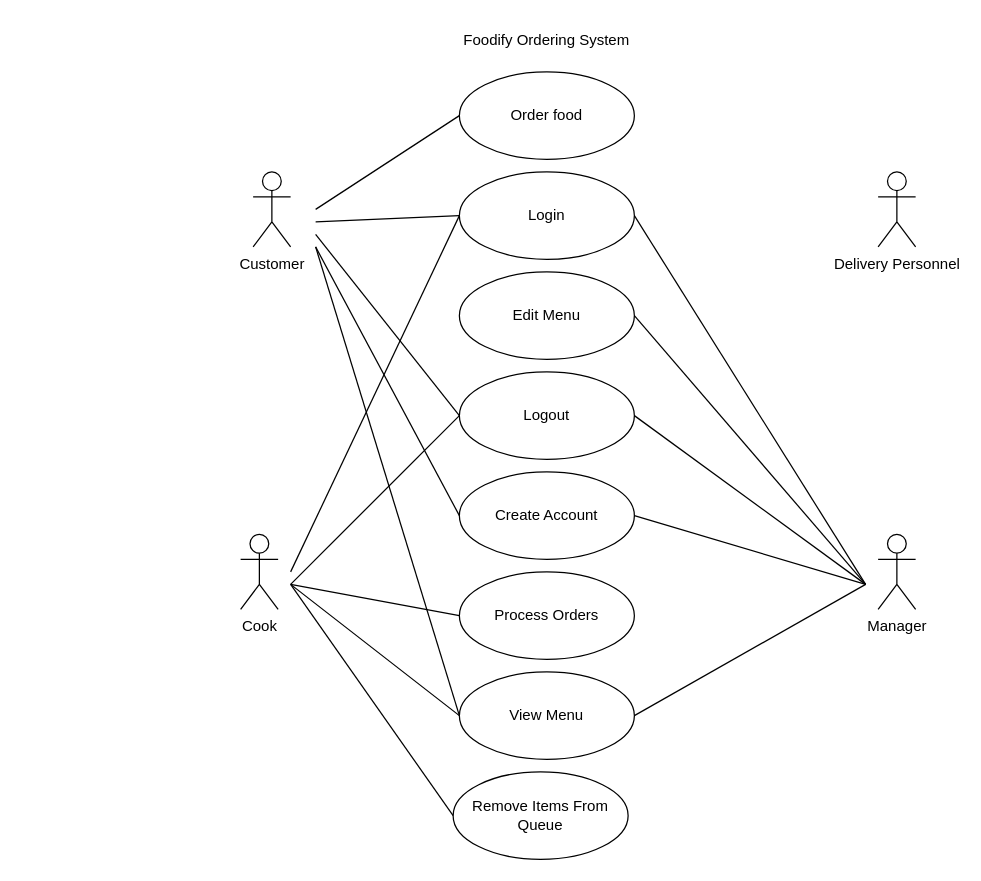
Before: docs/Sprint 2 Diagramming/UCD NOV 20.drawio in nick9982/foodify, a draw.io diagram. Source tidied: cells renumbered, new cells numbered last; positions are measured from the earlier drawing's top-left corner, leaving out a move shared by most shapes. Both pictures are drawn from the tidied source at 125%, with x=0, y=0 at pixel (240, 21).
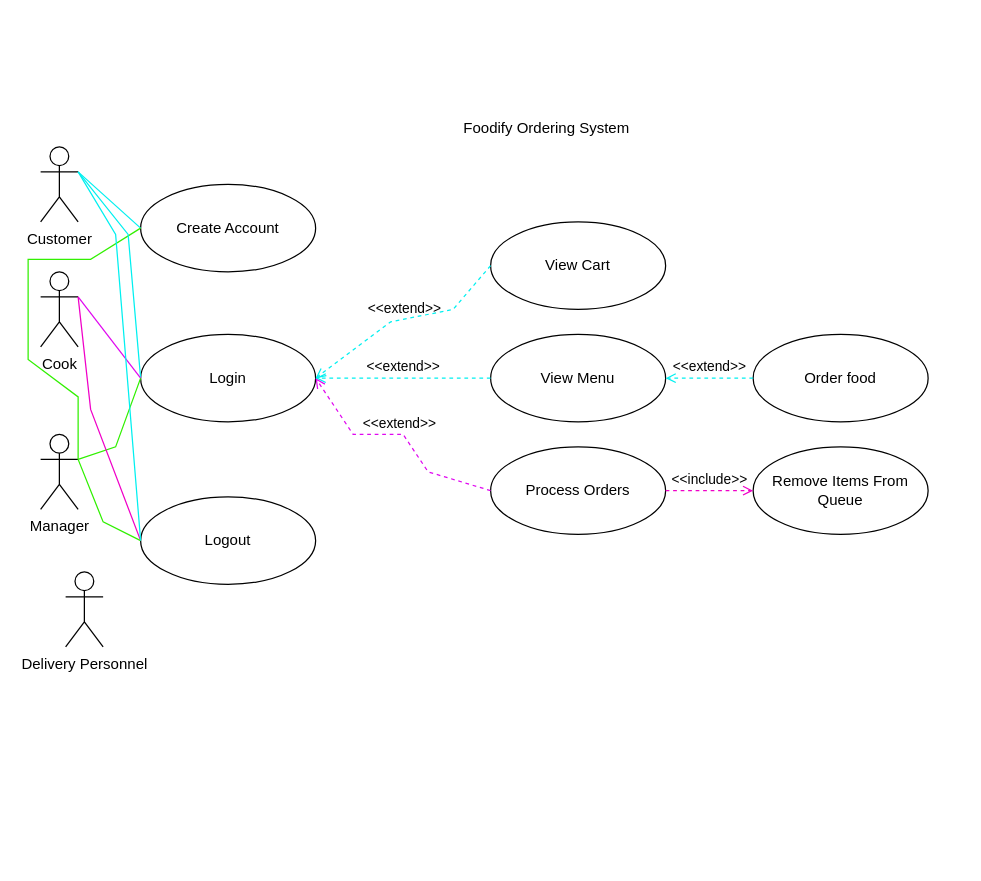
The same page after the edit.

The edit, as a diff of the source:
```diff
@@
     <mxCell id="2" value="Customer" style="shape=umlActor;verticalLabelPosition=bottom;verticalAlign=top;html=1;" parent="1" vertex="1">
-      <mxGeometry x="10" y="120" width="30" height="60" as="geometry" />
+      <mxGeometry x="-160" y="100" width="30" height="60" as="geometry" />
     </mxCell>
     <mxCell id="3" value="Cook" style="shape=umlActor;verticalLabelPosition=bottom;verticalAlign=top;html=1;" parent="1" vertex="1">
-      <mxGeometry y="410" width="30" height="60" as="geometry" />
+      <mxGeometry x="-160" y="200" width="30" height="60" as="geometry" />
     </mxCell>
     <mxCell id="4" value="Foodify Ordering System" style="text;html=1;strokeColor=none;fillColor=none;align=center;verticalAlign=middle;whiteSpace=wrap;rounded=0;" parent="1" vertex="1">
-      <mxGeometry x="70" width="350" height="30" as="geometry" />
+      <mxGeometry x="70" y="70" width="350" height="30" as="geometry" />
     </mxCell>
     <mxCell id="5" value="Delivery Personnel" style="shape=umlActor;verticalLabelPosition=bottom;verticalAlign=top;html=1;" parent="1" vertex="1">
-      <mxGeometry x="510" y="120" width="30" height="60" as="geometry" />
+      <mxGeometry x="-140" y="440" width="30" height="60" as="geometry" />
     </mxCell>
     <mxCell id="6" value="Manager" style="shape=umlActor;verticalLabelPosition=bottom;verticalAlign=top;html=1;outlineConnect=0;" parent="1" vertex="1">
-      <mxGeometry x="510" y="410" width="30" height="60" as="geometry" />
+      <mxGeometry x="-160" y="330" width="30" height="60" as="geometry" />
     </mxCell>
     <mxCell id="7" value="Order food" style="ellipse;whiteSpace=wrap;html=1;" parent="1" vertex="1">
-      <mxGeometry x="175" y="40" width="140" height="70" as="geometry" />
+      <mxGeometry x="410" y="250" width="140" height="70" as="geometry" />
     </mxCell>
     <mxCell id="8" value="Login" style="ellipse;whiteSpace=wrap;html=1;" parent="1" vertex="1">
-      <mxGeometry x="175" y="120" width="140" height="70" as="geometry" />
+      <mxGeometry x="-80" y="250" width="140" height="70" as="geometry" />
     </mxCell>
-    <mxCell id="9" value="Edit Menu" style="ellipse;whiteSpace=wrap;html=1;" parent="1" vertex="1">
-      <mxGeometry x="175" y="200" width="140" height="70" as="geometry" />
+    <mxCell id="9" value="View Cart" style="ellipse;whiteSpace=wrap;html=1;" parent="1" vertex="1">
+      <mxGeometry x="200" y="160" width="140" height="70" as="geometry" />
     </mxCell>
     <mxCell id="10" value="Logout" style="ellipse;whiteSpace=wrap;html=1;" parent="1" vertex="1">
-      <mxGeometry x="175" y="280" width="140" height="70" as="geometry" />
+      <mxGeometry x="-80" y="380" width="140" height="70" as="geometry" />
     </mxCell>
     <mxCell id="11" value="Create Account" style="ellipse;whiteSpace=wrap;html=1;" parent="1" vertex="1">
-      <mxGeometry x="175" y="360" width="140" height="70" as="geometry" />
+      <mxGeometry x="-80" y="130" width="140" height="70" as="geometry" />
     </mxCell>
     <mxCell id="12" value="Process Orders" style="ellipse;whiteSpace=wrap;html=1;" parent="1" vertex="1">
-      <mxGeometry x="175" y="440" width="140" height="70" as="geometry" />
+      <mxGeometry x="200" y="340" width="140" height="70" as="geometry" />
     </mxCell>
     <mxCell id="13" value="View Menu" style="ellipse;whiteSpace=wrap;html=1;" parent="1" vertex="1">
-      <mxGeometry x="175" y="520" width="140" height="70" as="geometry" />
+      <mxGeometry x="200" y="250" width="140" height="70" as="geometry" />
     </mxCell>
-    <mxCell id="14" style="endArrow=none;html=1;rounded=0;entryX=0;entryY=0.5;entryDx=0;entryDy=0;" parent="1" edge="1" target="7">
-      <mxGeometry relative="1" as="geometry">
-        <mxPoint x="60" y="150" as="sourcePoint" />
-      </mxGeometry>
-    </mxCell>
-    <mxCell id="15" style="endArrow=none;html=1;rounded=0;entryX=0;entryY=0.5;entryDx=0;entryDy=0;" parent="1" edge="1" target="8">
-      <mxGeometry relative="1" as="geometry">
-        <mxPoint x="40" y="440" as="sourcePoint" />
-      </mxGeometry>
-    </mxCell>
-    <mxCell id="16" style="endArrow=none;html=1;rounded=0;entryX=0;entryY=0.5;entryDx=0;entryDy=0;" parent="1" edge="1" target="8">
-      <mxGeometry relative="1" as="geometry">
-        <mxPoint x="60" y="160" as="sourcePoint" />
-      </mxGeometry>
-    </mxCell>
-    <mxCell id="17" style="endArrow=none;html=1;rounded=0;entryX=0;entryY=0.5;entryDx=0;entryDy=0;" parent="1" edge="1" target="10">
-      <mxGeometry relative="1" as="geometry">
-        <mxPoint x="40" y="450" as="sourcePoint" />
-      </mxGeometry>
-    </mxCell>
-    <mxCell id="18" style="endArrow=none;html=1;rounded=0;entryX=1;entryY=0.5;entryDx=0;entryDy=0;" parent="1" edge="1" target="10">
-      <mxGeometry relative="1" as="geometry">
-        <mxPoint x="500" y="450" as="sourcePoint" />
-      </mxGeometry>
-    </mxCell>
-    <mxCell id="19" style="endArrow=none;html=1;rounded=0;entryX=0;entryY=0.5;entryDx=0;entryDy=0;" parent="1" edge="1" target="10">
-      <mxGeometry relative="1" as="geometry">
-        <mxPoint x="60" y="170" as="sourcePoint" />
-      </mxGeometry>
-    </mxCell>
-    <mxCell id="20" style="endArrow=none;html=1;rounded=0;exitX=1;exitY=0.5;exitDx=0;exitDy=0;" parent="1" edge="1" source="8">
-      <mxGeometry relative="1" as="geometry">
-        <mxPoint x="500" y="450" as="targetPoint" />
-      </mxGeometry>
-    </mxCell>
-    <mxCell id="21" style="endArrow=none;html=1;rounded=0;entryX=0;entryY=0.5;entryDx=0;entryDy=0;" parent="1" edge="1" target="11">
-      <mxGeometry relative="1" as="geometry">
-        <mxPoint x="60" y="180" as="sourcePoint" />
-      </mxGeometry>
-    </mxCell>
-    <mxCell id="22" style="endArrow=none;html=1;rounded=0;exitX=1;exitY=0.5;exitDx=0;exitDy=0;" parent="1" edge="1" source="11">
-      <mxGeometry relative="1" as="geometry">
-        <mxPoint x="500" y="450" as="targetPoint" />
-      </mxGeometry>
-    </mxCell>
-    <mxCell id="23" style="endArrow=none;html=1;rounded=0;entryX=1;entryY=0.5;entryDx=0;entryDy=0;" parent="1" edge="1" target="13">
-      <mxGeometry relative="1" as="geometry">
-        <mxPoint x="500" y="450" as="sourcePoint" />
-      </mxGeometry>
-    </mxCell>
-    <mxCell id="24" style="endArrow=none;html=1;rounded=0;entryX=0;entryY=0.5;entryDx=0;entryDy=0;" parent="1" edge="1" target="13">
-      <mxGeometry relative="1" as="geometry">
-        <mxPoint x="40" y="450" as="sourcePoint" />
-      </mxGeometry>
-    </mxCell>
-    <mxCell id="25" style="endArrow=none;html=1;rounded=0;entryX=0;entryY=0.5;entryDx=0;entryDy=0;" parent="1" edge="1" target="12">
-      <mxGeometry relative="1" as="geometry">
-        <mxPoint x="40" y="450" as="sourcePoint" />
-      </mxGeometry>
-    </mxCell>
-    <mxCell id="26" style="endArrow=none;html=1;rounded=0;exitX=1;exitY=0.5;exitDx=0;exitDy=0;" parent="1" edge="1" source="9">
-      <mxGeometry relative="1" as="geometry">
-        <mxPoint x="500" y="450" as="targetPoint" />
-      </mxGeometry>
-    </mxCell>
-    <mxCell id="27" style="endArrow=none;html=1;rounded=0;entryX=0;entryY=0.5;entryDx=0;entryDy=0;" parent="1" edge="1" target="13">
-      <mxGeometry relative="1" as="geometry">
-        <mxPoint x="60" y="180" as="sourcePoint" />
-      </mxGeometry>
-    </mxCell>
     <mxCell id="28" value="Remove Items From Queue" style="ellipse;whiteSpace=wrap;html=1;" parent="1" vertex="1">
-      <mxGeometry x="170" y="600" width="140" height="70" as="geometry" />
+      <mxGeometry x="410" y="340" width="140" height="70" as="geometry" />
     </mxCell>
-    <mxCell id="29" style="endArrow=none;html=1;rounded=0;entryX=0;entryY=0.5;entryDx=0;entryDy=0;" parent="1" edge="1" target="28">
-      <mxGeometry relative="1" as="geometry">
-        <mxPoint x="40" y="450" as="sourcePoint" />
-      </mxGeometry>
-    </mxCell>
+    <mxCell id="30" value="&amp;lt;&amp;lt;extend&amp;gt;&amp;gt;" style="html=1;verticalAlign=bottom;labelBackgroundColor=none;endArrow=open;endFill=0;dashed=1;rounded=0;strokeColor=#00F0F0;entryX=1;entryY=0.5;entryDx=0;entryDy=0;exitX=0;exitY=0.5;exitDx=0;exitDy=0;" parent="1" edge="1" source="13" target="8">
+      <mxGeometry relative="1" as="geometry" />
+    </mxCell>
+    <mxCell id="31" value="&amp;lt;&amp;lt;extend&amp;gt;&amp;gt;" style="html=1;verticalAlign=bottom;labelBackgroundColor=none;endArrow=open;endFill=0;dashed=1;rounded=0;strokeColor=#E007F0;exitX=0;exitY=0.5;exitDx=0;exitDy=0;entryX=1;entryY=0.5;entryDx=0;entryDy=0;" parent="1" edge="1" source="12" target="8">
+      <mxGeometry relative="1" as="geometry">
+        <Array as="points">
+          <mxPoint x="150" y="360" />
+          <mxPoint x="130" y="330" />
+          <mxPoint x="90" y="330" />
+        </Array>
+      </mxGeometry>
+    </mxCell>
+    <mxCell id="32" style="endArrow=none;html=1;rounded=0;strokeColor=#00F0F0;exitX=1;exitY=0.3333333333333333;exitDx=0;exitDy=0;exitPerimeter=0;entryX=0;entryY=0.5;entryDx=0;entryDy=0;" parent="1" edge="1" source="2" target="11">
+      <mxGeometry relative="1" as="geometry" />
+    </mxCell>
+    <mxCell id="33" style="endArrow=none;html=1;rounded=0;strokeColor=#32F002;exitX=1;exitY=0.3333333333333333;exitDx=0;exitDy=0;exitPerimeter=0;entryX=0;entryY=0.5;entryDx=0;entryDy=0;" parent="1" edge="1" source="6" target="11">
+      <mxGeometry relative="1" as="geometry">
+        <Array as="points">
+          <mxPoint x="-130" y="300" />
+          <mxPoint x="-170" y="270" />
+          <mxPoint x="-170" y="190" />
+          <mxPoint x="-120" y="190" />
+        </Array>
+      </mxGeometry>
+    </mxCell>
+    <mxCell id="34" style="endArrow=none;html=1;rounded=0;strokeColor=#00F0F0;exitX=1;exitY=0.3333333333333333;exitDx=0;exitDy=0;exitPerimeter=0;entryX=0;entryY=0.5;entryDx=0;entryDy=0;" parent="1" edge="1" source="2" target="8">
+      <mxGeometry relative="1" as="geometry">
+        <Array as="points">
+          <mxPoint x="-90" y="170" />
+        </Array>
+      </mxGeometry>
+    </mxCell>
+    <mxCell id="35" style="endArrow=none;html=1;rounded=0;strokeColor=#E007F0;exitX=1;exitY=0.3333333333333333;exitDx=0;exitDy=0;exitPerimeter=0;entryX=0;entryY=0.5;entryDx=0;entryDy=0;" parent="1" edge="1" source="3" target="8">
+      <mxGeometry relative="1" as="geometry" />
+    </mxCell>
+    <mxCell id="36" style="endArrow=none;html=1;rounded=0;strokeColor=#30F000;exitX=1;exitY=0.3333333333333333;exitDx=0;exitDy=0;exitPerimeter=0;entryX=0;entryY=0.5;entryDx=0;entryDy=0;" parent="1" edge="1" source="6" target="8">
+      <mxGeometry relative="1" as="geometry">
+        <Array as="points">
+          <mxPoint x="-100" y="340" />
+        </Array>
+      </mxGeometry>
+    </mxCell>
+    <mxCell id="37" value="&amp;lt;&amp;lt;extend&amp;gt;&amp;gt;" style="html=1;verticalAlign=bottom;labelBackgroundColor=none;endArrow=open;endFill=0;dashed=1;rounded=0;strokeColor=#00F0F0;exitX=0;exitY=0.5;exitDx=0;exitDy=0;entryX=1;entryY=0.5;entryDx=0;entryDy=0;" parent="1" edge="1" source="9" target="8">
+      <mxGeometry relative="1" as="geometry">
+        <Array as="points">
+          <mxPoint x="170" y="230" />
+          <mxPoint x="120" y="240" />
+        </Array>
+      </mxGeometry>
+    </mxCell>
+    <mxCell id="38" value="&amp;lt;&amp;lt;include&amp;gt;&amp;gt;" style="html=1;verticalAlign=bottom;labelBackgroundColor=none;endArrow=open;endFill=0;dashed=1;rounded=0;strokeColor=#F000C8;exitX=1;exitY=0.5;exitDx=0;exitDy=0;entryX=0;entryY=0.5;entryDx=0;entryDy=0;" parent="1" edge="1" source="12" target="28">
+      <mxGeometry relative="1" as="geometry" />
+    </mxCell>
+    <mxCell id="39" value="&amp;lt;&amp;lt;extend&amp;gt;&amp;gt;" style="html=1;verticalAlign=bottom;labelBackgroundColor=none;endArrow=open;endFill=0;dashed=1;rounded=0;strokeColor=#00F0F0;entryX=1;entryY=0.5;entryDx=0;entryDy=0;exitX=0;exitY=0.5;exitDx=0;exitDy=0;" parent="1" edge="1" source="7" target="13">
+      <mxGeometry relative="1" as="geometry" />
+    </mxCell>
+    <mxCell id="40" style="endArrow=none;html=1;rounded=0;strokeColor=#F000C8;entryX=0;entryY=0.5;entryDx=0;entryDy=0;" parent="1" edge="1" target="10">
+      <mxGeometry relative="1" as="geometry">
+        <mxPoint x="-130" y="220" as="sourcePoint" />
+        <Array as="points">
+          <mxPoint x="-120" y="310" />
+        </Array>
+      </mxGeometry>
+    </mxCell>
+    <mxCell id="41" style="endArrow=none;html=1;rounded=0;strokeColor=#30F000;exitX=1;exitY=0.3333333333333333;exitDx=0;exitDy=0;exitPerimeter=0;entryX=0;entryY=0.5;entryDx=0;entryDy=0;" parent="1" edge="1" source="6" target="10">
+      <mxGeometry relative="1" as="geometry">
+        <Array as="points">
+          <mxPoint x="-110" y="400" />
+        </Array>
+      </mxGeometry>
+    </mxCell>
+    <mxCell id="42" style="endArrow=none;html=1;rounded=0;strokeColor=#00F0F0;exitX=1;exitY=0.3333333333333333;exitDx=0;exitDy=0;exitPerimeter=0;entryX=0;entryY=0.5;entryDx=0;entryDy=0;" parent="1" edge="1" source="2" target="10">
+      <mxGeometry relative="1" as="geometry">
+        <Array as="points">
+          <mxPoint x="-100" y="170" />
+        </Array>
+      </mxGeometry>
+    </mxCell>
```
